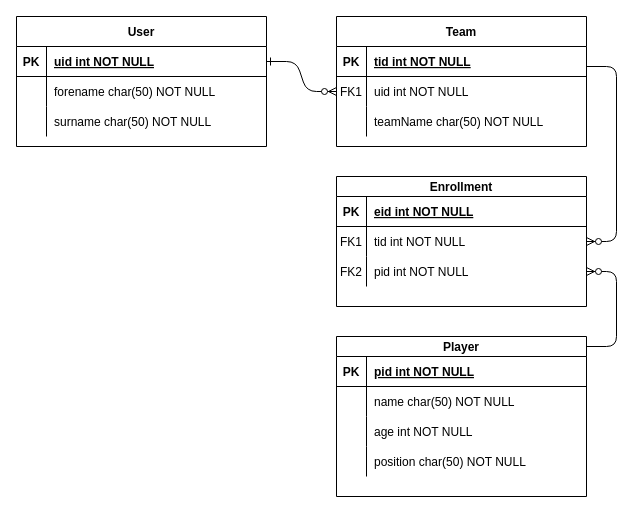
The draw.io diagram ERD.drawio in Nathan2820/FundamentalProject, before the edit. Source tidied: cells renumbered, new cells numbered last; positions are measured from the earlier drawing's top-left corner, leaving out a move shared by most shapes. Both pictures are drawn from the tidied source at 100%, with x=0, y=0 at pixel (16, 16).
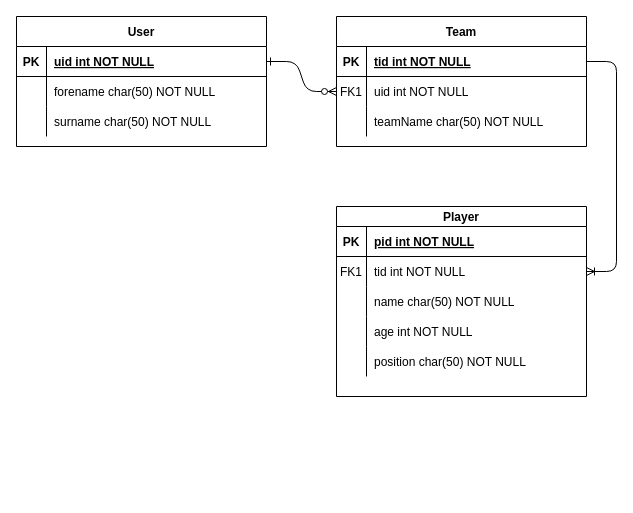
The same page after the edit.

Commit message:
Removed Enrollment Entity

Unchanged cells that the change refers to:
```xml
<mxCell id="4" style="shape=partialRectangle;fillColor=none;points=[[0,0.5],[1,0.5]];portConstraint=eastwest;top=0;left=0;right=0;bottom=1;" parent="3" vertex="1">
  <mxGeometry y="30" width="250" height="30" as="geometry" />
</mxCell>
```

Diff of the diagram source:
```diff
@@
-    <mxCell id="23" style="edgeStyle=entityRelationEdgeStyle;fontSize=12;html=1;endArrow=ERzeroToMany;endFill=1;" parent="1" edge="1" target="42">
-      <mxGeometry relative="1" as="geometry">
-        <mxPoint x="570" y="50" as="sourcePoint" />
-      </mxGeometry>
-    </mxCell>
-    <mxCell id="24" style="edgeStyle=entityRelationEdgeStyle;fontSize=12;html=1;endArrow=ERzeroToMany;endFill=1;" parent="1" edge="1" target="45">
-      <mxGeometry relative="1" as="geometry">
-        <mxPoint x="570" y="330" as="sourcePoint" />
-      </mxGeometry>
-    </mxCell>
     <mxCell id="25" value="Player" style="shape=table;startSize=20;childLayout=tableLayout;rowLines=0;fontStyle=1;align=center;" parent="1" vertex="1">
-      <mxGeometry x="320" y="320" width="250" height="160" as="geometry" />
+      <mxGeometry x="320" y="190" width="250" height="190" as="geometry" />
     </mxCell>
@@
+    <mxCell id="42" style="shape=partialRectangle;fillColor=none;points=[[0,0.5],[1,0.5]];portConstraint=eastwest;top=0;left=0;right=0;bottom=0;" parent="25" vertex="1">
+      <mxGeometry y="50" width="250" height="30" as="geometry" />
+    </mxCell>
+    <mxCell id="43" value="FK1" style="shape=partialRectangle;overflow=hidden;fillColor=none;top=0;left=0;bottom=0;right=0;" parent="42" vertex="1">
+      <mxGeometry width="30" height="30" as="geometry" />
+    </mxCell>
+    <mxCell id="44" value="tid int NOT NULL" style="shape=partialRectangle;overflow=hidden;fillColor=none;top=0;left=0;bottom=0;right=0;align=left;spacingLeft=6;" parent="42" vertex="1">
+      <mxGeometry x="30" width="220" height="30" as="geometry" />
+    </mxCell>
     <mxCell id="29" style="shape=partialRectangle;fillColor=none;top=0;left=0;right=0;bottom=0;" parent="25" vertex="1">
-      <mxGeometry y="50" width="250" height="30" as="geometry" />
+      <mxGeometry y="80" width="250" height="30" as="geometry" />
     </mxCell>
@@
     <mxCell id="32" style="shape=partialRectangle;fillColor=none;top=0;left=0;right=0;bottom=0;" parent="25" vertex="1">
-      <mxGeometry y="80" width="250" height="30" as="geometry" />
+      <mxGeometry y="110" width="250" height="30" as="geometry" />
     </mxCell>
@@
     <mxCell id="35" style="shape=partialRectangle;fillColor=none;top=0;left=0;right=0;bottom=0;" parent="25" vertex="1">
-      <mxGeometry y="110" width="250" height="30" as="geometry" />
+      <mxGeometry y="140" width="250" height="30" as="geometry" />
     </mxCell>
@@
-    <mxCell id="38" value="Enrollment" style="shape=table;startSize=20;childLayout=tableLayout;rowLines=0;fontStyle=1;align=center;" parent="1" vertex="1">
-      <mxGeometry x="320" y="160" width="250" height="130" as="geometry" />
-    </mxCell>
-    <mxCell id="39" style="shape=partialRectangle;fillColor=none;top=0;left=0;right=0;bottom=1;" parent="38" vertex="1">
-      <mxGeometry y="20" width="250" height="30" as="geometry" />
-    </mxCell>
-    <mxCell id="40" value="PK" style="shape=partialRectangle;overflow=hidden;fillColor=none;top=0;left=0;bottom=0;right=0;fontStyle=1;" parent="39" vertex="1">
-      <mxGeometry width="30" height="30" as="geometry" />
-    </mxCell>
-    <mxCell id="41" value="eid int NOT NULL " style="shape=partialRectangle;overflow=hidden;fillColor=none;top=0;left=0;bottom=0;right=0;align=left;spacingLeft=6;fontStyle=5;" parent="39" vertex="1">
-      <mxGeometry x="30" width="220" height="30" as="geometry" />
-    </mxCell>
-    <mxCell id="42" style="shape=partialRectangle;fillColor=none;points=[[0,0.5],[1,0.5]];portConstraint=eastwest;top=0;left=0;right=0;bottom=0;" parent="38" vertex="1">
-      <mxGeometry y="50" width="250" height="30" as="geometry" />
-    </mxCell>
-    <mxCell id="43" value="FK1" style="shape=partialRectangle;overflow=hidden;fillColor=none;top=0;left=0;bottom=0;right=0;" parent="42" vertex="1">
-      <mxGeometry width="30" height="30" as="geometry" />
-    </mxCell>
-    <mxCell id="44" value="tid int NOT NULL" style="shape=partialRectangle;overflow=hidden;fillColor=none;top=0;left=0;bottom=0;right=0;align=left;spacingLeft=6;" parent="42" vertex="1">
-      <mxGeometry x="30" width="220" height="30" as="geometry" />
-    </mxCell>
-    <mxCell id="45" style="shape=partialRectangle;fillColor=none;points=[[0,0.5],[1,0.5]];portConstraint=eastwest;top=0;left=0;right=0;bottom=0;" parent="38" vertex="1">
-      <mxGeometry y="80" width="250" height="30" as="geometry" />
-    </mxCell>
-    <mxCell id="46" value="FK2" style="shape=partialRectangle;overflow=hidden;fillColor=none;top=0;left=0;bottom=0;right=0;" parent="45" vertex="1">
-      <mxGeometry width="30" height="30" as="geometry" />
-    </mxCell>
-    <mxCell id="47" value="pid int NOT NULL" style="shape=partialRectangle;overflow=hidden;fillColor=none;top=0;left=0;bottom=0;right=0;align=left;spacingLeft=6;" parent="45" vertex="1">
-      <mxGeometry x="30" width="220" height="30" as="geometry" />
-    </mxCell>
+    <mxCell id="48" style="edgeStyle=entityRelationEdgeStyle;fontSize=12;html=1;endArrow=ERoneToMany;exitX=1;exitY=0.5;exitDx=0;exitDy=0;" parent="1" edge="1" source="4" target="42">
+      <mxGeometry relative="1" as="geometry" />
+    </mxCell>
```
